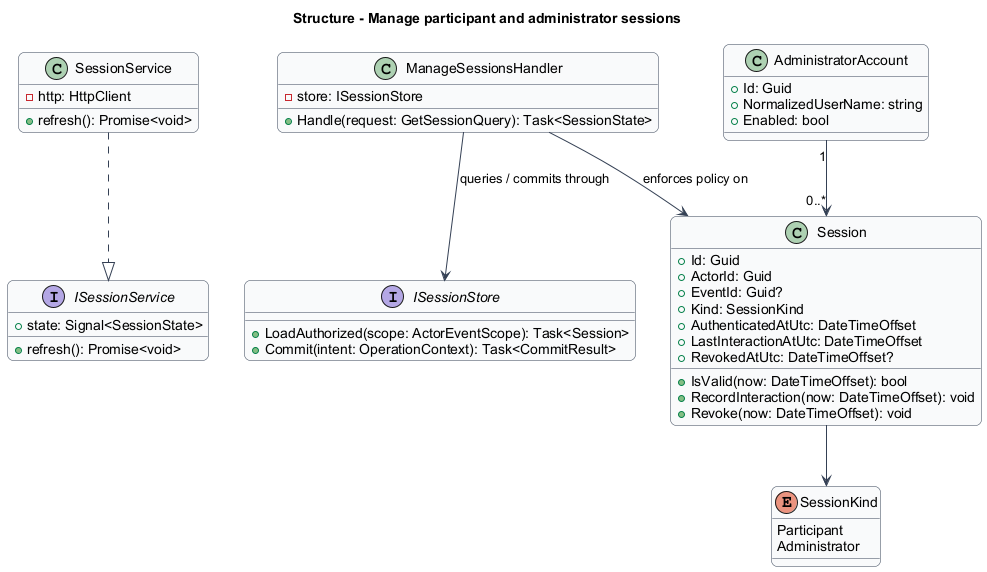
The PlantUML diagram docs/detailed-designs/access/manage-sessions/diagrams/classes.png in QuinntyneBrown/faithtech-toronto-ai-build-event, before a commit. Source of this version:
```plantuml
@startuml
skinparam backgroundColor #FFFFFF
skinparam shadowing false
skinparam roundcorner 12
skinparam defaultFontName Arial
skinparam ArrowColor #344054
skinparam classBackgroundColor #F9FAFB
skinparam classBorderColor #344054
skinparam sequenceMessageAlign center
skinparam maxMessageSize 180
title Structure - Manage participant and administrator sessions
interface ISessionService {
  +state: Signal<SessionState>
  +refresh(): Promise<void>
}
class SessionService {
  -http: HttpClient
  +refresh(): Promise<void>
}
class ManageSessionsHandler {
  -store: ISessionStore
  +Handle(request: GetSessionQuery): Task<SessionState>
}
interface ISessionStore {
  +LoadAuthorized(scope: ActorEventScope): Task<Session>
  +Commit(intent: OperationContext): Task<CommitResult>
}
class Session {
  +Id: Guid
  +ActorId: Guid
  +EventId: Guid?
  +Kind: SessionKind
  +AuthenticatedAtUtc: DateTimeOffset
  +LastInteractionAtUtc: DateTimeOffset
  +RevokedAtUtc: DateTimeOffset?
  +IsValid(now: DateTimeOffset): bool
  +RecordInteraction(now: DateTimeOffset): void
  +Revoke(now: DateTimeOffset): void
}
SessionService ..|> ISessionService
ManageSessionsHandler --> ISessionStore : queries / commits through
ManageSessionsHandler --> Session : enforces policy on
enum SessionKind {
  Participant
  Administrator
}
class AdministratorAccount {
  +Id: Guid
  +NormalizedUserName: string
  +Enabled: bool
}
Session --> SessionKind
AdministratorAccount "1" --> "0..*" Session

@enduml
```
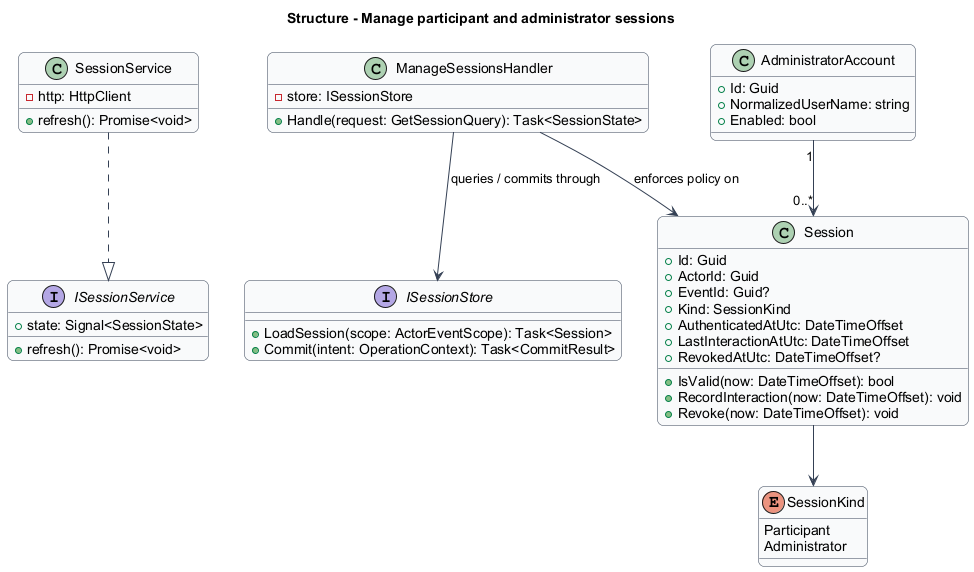
The same diagram one commit later.

The edit, as a diff of the source:
```diff
@@ -22,7 +22,7 @@
   +Handle(request: GetSessionQuery): Task<SessionState>
 }
 interface ISessionStore {
-  +LoadAuthorized(scope: ActorEventScope): Task<Session>
+  +LoadSession(scope: ActorEventScope): Task<Session>
   +Commit(intent: OperationContext): Task<CommitResult>
 }
 class Session {
```
